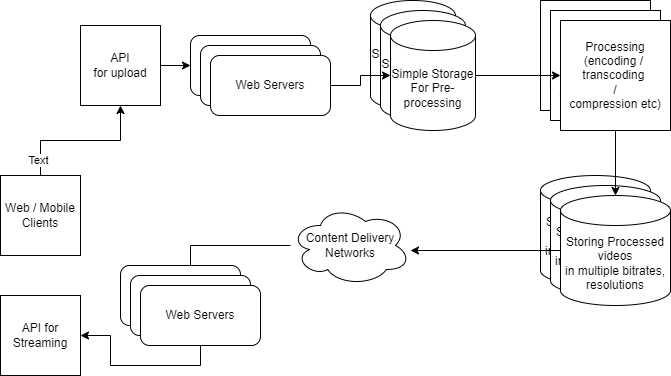
This is youtube-like-video-sharing-service/youtube-like-video-sharing-service.drawio.png from manoj-nanduri/system-design, a draw.io export, as it was before one commit. Source tidied: cells renumbered, new cells last; positions are measured from the earlier drawing's top-left corner, leaving out a move shared by most shapes.
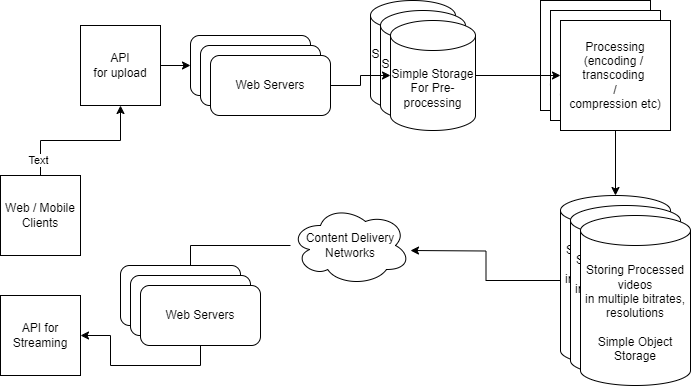
After the change.

Diff of the diagram source:
```diff
@@ -23,19 +23,13 @@
     <mxCell id="8" value="Processing&lt;div&gt;(encoding /&amp;nbsp;&lt;/div&gt;&lt;div&gt;transcoding&amp;nbsp;&lt;/div&gt;&lt;div&gt;/&lt;/div&gt;&lt;div&gt;compression etc)&lt;/div&gt;" style="whiteSpace=wrap;html=1;" parent="1" vertex="1">
       <mxGeometry x="540" width="110" height="110" as="geometry" />
     </mxCell>
-    <mxCell id="9" value="Storing Processed videos&lt;div&gt;in multiple bitrates, resolutions&lt;/div&gt;" style="shape=cylinder3;whiteSpace=wrap;html=1;boundedLbl=1;backgroundOutline=1;size=15;" parent="1" vertex="1">
-      <mxGeometry x="540" y="175" width="110" height="110" as="geometry" />
-    </mxCell>
-    <mxCell id="10" value="Storing Processed videos&lt;div&gt;in multiple bitrates, resolutions&lt;/div&gt;" style="shape=cylinder3;whiteSpace=wrap;html=1;boundedLbl=1;backgroundOutline=1;size=15;" parent="1" vertex="1">
-      <mxGeometry x="550" y="185" width="110" height="110" as="geometry" />
-    </mxCell>
     <mxCell id="11" style="edgeStyle=orthogonalEdgeStyle;rounded=0;jettySize=auto;html=1;" parent="1" edge="1" source="12">
       <mxGeometry relative="1" as="geometry">
         <mxPoint x="410" y="250" as="targetPoint" />
       </mxGeometry>
     </mxCell>
-    <mxCell id="12" value="Storing Processed videos&lt;div&gt;in multiple bitrates, resolutions&lt;/div&gt;" style="shape=cylinder3;whiteSpace=wrap;html=1;boundedLbl=1;backgroundOutline=1;size=15;" parent="1" vertex="1">
-      <mxGeometry x="560" y="195" width="110" height="110" as="geometry" />
+    <mxCell id="12" value="Storing Processed videos&lt;div&gt;in multiple bitrates, resolutions&lt;/div&gt;&lt;div&gt;&lt;br&gt;&lt;/div&gt;&lt;div&gt;Simple Object Storage&lt;/div&gt;" style="shape=cylinder3;whiteSpace=wrap;html=1;boundedLbl=1;backgroundOutline=1;size=15;" parent="1" vertex="1">
+      <mxGeometry x="560" y="195" width="110" height="170" as="geometry" />
     </mxCell>
     <mxCell id="13" value="Processing&lt;div&gt;(encoding /&amp;nbsp;&lt;/div&gt;&lt;div&gt;transcoding&amp;nbsp;&lt;/div&gt;&lt;div&gt;/&lt;/div&gt;&lt;div&gt;compression etc)&lt;/div&gt;" style="whiteSpace=wrap;html=1;" parent="1" vertex="1">
       <mxGeometry x="550" y="10" width="110" height="110" as="geometry" />
@@ -88,5 +82,11 @@
     <mxCell id="29" value="Web Servers" style="rounded=1;whiteSpace=wrap;html=1;" parent="1" vertex="1">
       <mxGeometry x="140" y="285" width="120" height="60" as="geometry" />
     </mxCell>
+    <mxCell id="30" value="Storing Processed videos&lt;div&gt;in multiple bitrates, resolutions&lt;/div&gt;&lt;div&gt;&lt;br&gt;&lt;/div&gt;&lt;div&gt;Simple Object Storage&lt;/div&gt;" style="shape=cylinder3;whiteSpace=wrap;html=1;boundedLbl=1;backgroundOutline=1;size=15;" parent="1" vertex="1">
+      <mxGeometry x="570" y="205" width="110" height="170" as="geometry" />
+    </mxCell>
+    <mxCell id="31" value="Storing Processed videos&lt;div&gt;in multiple bitrates, resolutions&lt;/div&gt;&lt;div&gt;&lt;br&gt;&lt;/div&gt;&lt;div&gt;Simple Object Storage&lt;/div&gt;" style="shape=cylinder3;whiteSpace=wrap;html=1;boundedLbl=1;backgroundOutline=1;size=15;" parent="1" vertex="1">
+      <mxGeometry x="580" y="215" width="110" height="170" as="geometry" />
+    </mxCell>
   </root>
 </mxGraphModel>
```
